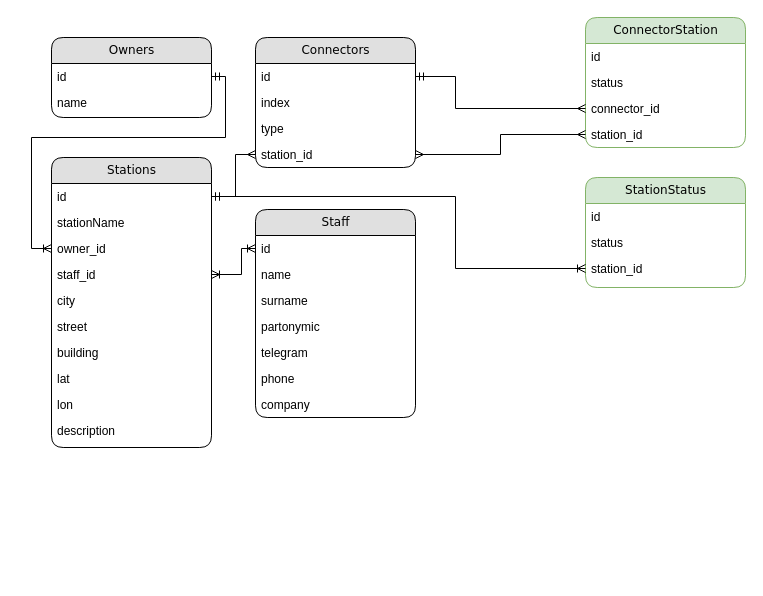
Above: Диаграмма без названия.drawio in ilnurkaa2019/st_auth_test (draw.io), before the change. Source tidied: cells renumbered, new cells numbered last; positions are measured from the earlier drawing's top-left corner, leaving out a move shared by most shapes. Both pictures are drawn from the tidied source at 100%, with x=0, y=0 at pixel (31, 17).
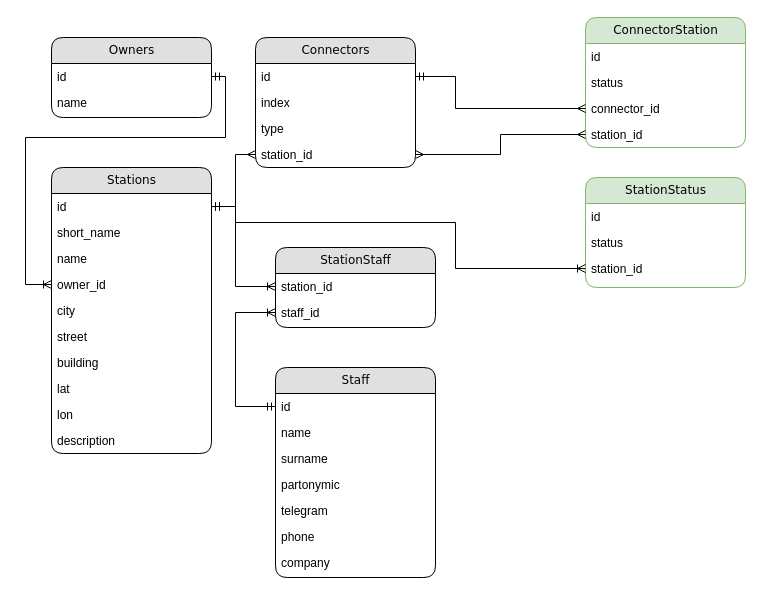
Above is the later version.

Commit message:
сделал связь многие ко многим через отдельную таблицу

The change refers to these unchanged cells:
```xml
<mxCell id="6" value="station_id" style="text;html=1;strokeColor=none;fillColor=none;spacingLeft=4;spacingRight=4;whiteSpace=wrap;overflow=hidden;points=[[0,0.5],[1,0.5]];portConstraint=eastwest;" parent="2" vertex="1">
  <mxGeometry y="104" width="160" height="26" as="geometry" />
</mxCell>
<mxCell id="8" value="id" style="text;html=1;strokeColor=none;fillColor=none;spacingLeft=4;spacingRight=4;whiteSpace=wrap;overflow=hidden;points=[[0,0.5],[1,0.5]];portConstraint=eastwest;" parent="7" vertex="1">
  <mxGeometry y="26" width="160" height="26" as="geometry" />
</mxCell>
<mxCell id="20" value="id" style="text;html=1;strokeColor=none;fillColor=none;spacingLeft=4;spacingRight=4;whiteSpace=wrap;overflow=hidden;points=[[0,0.5],[1,0.5]];portConstraint=eastwest;" parent="19" vertex="1">
  <mxGeometry y="26" width="160" height="26" as="geometry" />
</mxCell>
<mxCell id="24" value="id" style="text;html=1;strokeColor=none;fillColor=none;spacingLeft=4;spacingRight=4;whiteSpace=wrap;overflow=hidden;points=[[0,0.5],[1,0.5]];portConstraint=eastwest;" parent="23" vertex="1">
  <mxGeometry y="26" width="160" height="26" as="geometry" />
</mxCell>
<mxCell id="41" value="station_id" style="text;html=1;strokeColor=none;fillColor=none;spacingLeft=4;spacingRight=4;whiteSpace=wrap;overflow=hidden;points=[[0,0.5],[1,0.5]];portConstraint=eastwest;" parent="38" vertex="1">
  <mxGeometry y="78" width="160" height="26" as="geometry" />
</mxCell>
```

Change to the diagram source:
```diff
@@
     <mxCell id="7" value="Stations" style="swimlane;html=1;fontStyle=0;horizontal=1;startSize=26;fillColor=#e0e0e0;swimlaneFillColor=#ffffff;align=center;rounded=1;shadow=0;comic=0;labelBackgroundColor=none;strokeWidth=1;fontFamily=Verdana;fontSize=12;" parent="1" vertex="1">
-      <mxGeometry x="20" y="140" width="160" height="290" as="geometry" />
+      <mxGeometry x="20" y="150" width="160" height="286" as="geometry" />
     </mxCell>
@@
+    <mxCell id="44" value="short_name" style="text;html=1;strokeColor=none;fillColor=none;spacingLeft=4;spacingRight=4;whiteSpace=wrap;overflow=hidden;" parent="7" vertex="1">
+      <mxGeometry y="52" width="160" height="26" as="geometry" />
+    </mxCell>
-    <mxCell id="9" value="stationName" style="text;html=1;strokeColor=none;fillColor=none;spacingLeft=4;spacingRight=4;whiteSpace=wrap;overflow=hidden;" parent="7" vertex="1">
-      <mxGeometry y="52" width="160" height="26" as="geometry" />
+    <mxCell id="9" value="name" style="text;html=1;strokeColor=none;fillColor=none;spacingLeft=4;spacingRight=4;whiteSpace=wrap;overflow=hidden;" parent="7" vertex="1">
+      <mxGeometry y="78" width="160" height="26" as="geometry" />
     </mxCell>
     <mxCell id="10" value="owner_id" style="text;html=1;strokeColor=none;fillColor=none;spacingLeft=4;spacingRight=4;whiteSpace=wrap;overflow=hidden;points=[[0,0.5],[1,0.5]];portConstraint=eastwest;" parent="7" vertex="1">
-      <mxGeometry y="78" width="160" height="26" as="geometry" />
+      <mxGeometry y="104" width="160" height="26" as="geometry" />
     </mxCell>
-    <mxCell id="11" value="staff_id" style="text;html=1;strokeColor=none;fillColor=none;spacingLeft=4;spacingRight=4;whiteSpace=wrap;overflow=hidden;points=[[0,0.5],[1,0.5]];portConstraint=eastwest;" parent="7" vertex="1">
-      <mxGeometry y="104" width="160" height="26" as="geometry" />
-    </mxCell>
@@
-    <mxCell id="18" style="edgeStyle=orthogonalEdgeStyle;rounded=0;jettySize=auto;html=1;exitX=1;exitY=0.5;exitDx=0;exitDy=0;entryX=0;entryY=0.5;entryDx=0;entryDy=0;startArrow=ERmandOne;startFill=0;endArrow=ERmany;endFill=0;" parent="1" edge="1" source="8" target="6">
+    <mxCell id="18" style="edgeStyle=orthogonalEdgeStyle;rounded=0;jettySize=auto;html=1;entryX=0;entryY=0.5;entryDx=0;entryDy=0;startArrow=ERmandOne;startFill=0;endArrow=ERmany;endFill=0;exitX=1;exitY=0.5;exitDx=0;exitDy=0;" parent="1" edge="1" source="8" target="6">
       <mxGeometry relative="1" as="geometry">
         <Array as="points">
-          <mxPoint x="204" y="179" />
+          <mxPoint x="204" y="189" />
           <mxPoint x="204" y="137" />
         </Array>
       </mxGeometry>
     </mxCell>
@@
     <mxCell id="22" style="edgeStyle=orthogonalEdgeStyle;rounded=0;jettySize=auto;html=1;exitX=1;exitY=0.5;exitDx=0;exitDy=0;entryX=0;entryY=0.5;entryDx=0;entryDy=0;startArrow=ERmandOne;startFill=0;endArrow=ERoneToMany;endFill=0;" parent="1" edge="1" source="20" target="10">
       <mxGeometry relative="1" as="geometry">
         <Array as="points">
           <mxPoint x="194" y="59" />
           <mxPoint x="194" y="120" />
-          <mxPoint y="120" />
-          <mxPoint y="231" />
+          <mxPoint x="-6" y="120" />
+          <mxPoint x="-6" y="267" />
         </Array>
       </mxGeometry>
     </mxCell>
     <mxCell id="23" value="Staff" style="swimlane;html=1;fontStyle=0;horizontal=1;startSize=26;fillColor=#e0e0e0;swimlaneFillColor=#ffffff;align=center;rounded=1;shadow=0;comic=0;labelBackgroundColor=none;strokeWidth=1;fontFamily=Verdana;fontSize=12;" parent="1" vertex="1">
-      <mxGeometry x="224" y="192" width="160" height="208" as="geometry" />
+      <mxGeometry x="244" y="350" width="160" height="210" as="geometry" />
     </mxCell>
@@
-    <mxCell id="37" style="edgeStyle=orthogonalEdgeStyle;rounded=0;jettySize=auto;html=1;entryX=0;entryY=0.5;entryDx=0;entryDy=0;endArrow=ERoneToMany;endFill=0;exitX=1;exitY=0.5;exitDx=0;exitDy=0;strokeColor=default;startArrow=ERoneToMany;startFill=0;" parent="1" edge="1" source="11" target="24">
-      <mxGeometry relative="1" as="geometry">
-        <Array as="points">
-          <mxPoint x="210" y="257" />
-          <mxPoint x="210" y="231" />
-        </Array>
-      </mxGeometry>
-    </mxCell>
@@
-    <mxCell id="42" style="edgeStyle=orthogonalEdgeStyle;rounded=0;jettySize=auto;html=1;entryX=1;entryY=0.5;entryDx=0;entryDy=0;exitX=0;exitY=0.5;exitDx=0;exitDy=0;startArrow=ERoneToMany;startFill=0;endArrow=ERmandOne;endFill=0;" parent="1" edge="1" source="41" target="8">
+    <mxCell id="42" style="edgeStyle=orthogonalEdgeStyle;rounded=0;jettySize=auto;html=1;exitX=0;exitY=0.5;exitDx=0;exitDy=0;startArrow=ERoneToMany;startFill=0;endArrow=ERmandOne;endFill=0;entryX=1;entryY=0.5;entryDx=0;entryDy=0;" parent="1" edge="1" source="41" target="8">
       <mxGeometry relative="1" as="geometry">
         <Array as="points">
           <mxPoint x="424" y="251" />
-          <mxPoint x="424" y="179" />
+          <mxPoint x="424" y="205" />
+          <mxPoint x="204" y="205" />
+          <mxPoint x="204" y="189" />
         </Array>
       </mxGeometry>
     </mxCell>
@@
+    <mxCell id="45" value="StationStaff" style="swimlane;html=1;fontStyle=0;horizontal=1;startSize=26;fillColor=#e0e0e0;swimlaneFillColor=#ffffff;align=center;rounded=1;shadow=0;comic=0;labelBackgroundColor=none;strokeWidth=1;fontFamily=Verdana;fontSize=12;" parent="1" vertex="1">
+      <mxGeometry x="244" y="230" width="160" height="80" as="geometry" />
+    </mxCell>
+    <mxCell id="46" value="station_id" style="text;html=1;strokeColor=none;fillColor=none;spacingLeft=4;spacingRight=4;whiteSpace=wrap;overflow=hidden;points=[[0,0.5],[1,0.5]];portConstraint=eastwest;" parent="45" vertex="1">
+      <mxGeometry y="26" width="160" height="26" as="geometry" />
+    </mxCell>
+    <mxCell id="11" value="staff_id" style="text;html=1;strokeColor=none;fillColor=none;spacingLeft=4;spacingRight=4;whiteSpace=wrap;overflow=hidden;points=[[0,0.5],[1,0.5]];portConstraint=eastwest;" parent="45" vertex="1">
+      <mxGeometry y="52" width="160" height="26" as="geometry" />
+    </mxCell>
+    <mxCell id="47" style="edgeStyle=orthogonalEdgeStyle;rounded=0;jettySize=auto;html=1;exitX=1;exitY=0.5;exitDx=0;exitDy=0;entryX=0;entryY=0.5;entryDx=0;entryDy=0;startArrow=ERmandOne;startFill=0;endArrow=ERoneToMany;endFill=0;" parent="1" edge="1" source="8" target="46">
+      <mxGeometry relative="1" as="geometry">
+        <Array as="points">
+          <mxPoint x="204" y="189" />
+          <mxPoint x="204" y="269" />
+        </Array>
+      </mxGeometry>
+    </mxCell>
+    <mxCell id="48" style="edgeStyle=orthogonalEdgeStyle;rounded=0;jettySize=auto;html=1;entryX=0;entryY=0.5;entryDx=0;entryDy=0;endArrow=ERoneToMany;endFill=0;startArrow=ERmandOne;startFill=0;" parent="1" edge="1" source="24" target="11">
+      <mxGeometry relative="1" as="geometry">
+        <Array as="points">
+          <mxPoint x="204" y="389" />
+          <mxPoint x="204" y="295" />
+        </Array>
+      </mxGeometry>
+    </mxCell>
```
